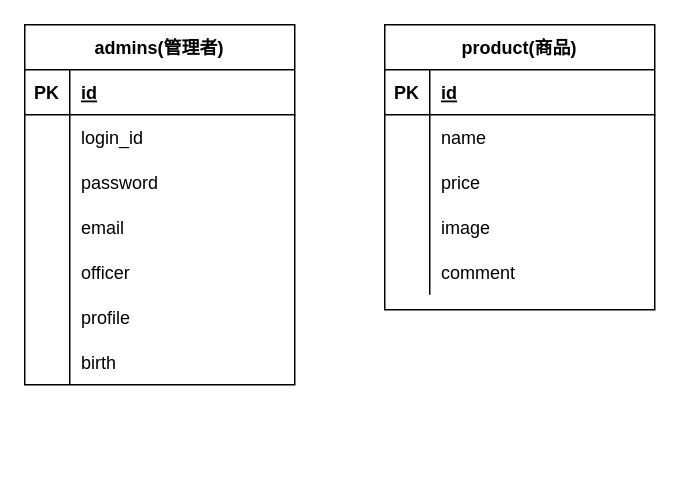
The draw.io diagram docs/db-er.drawio in YasukoPooh/DogService, before the edit. Source tidied: cells renumbered, new cells numbered last; positions are measured from the earlier drawing's top-left corner, leaving out a move shared by most shapes. Both pictures are drawn from the tidied source at 150%, with x=0, y=0 at pixel (24, 24).
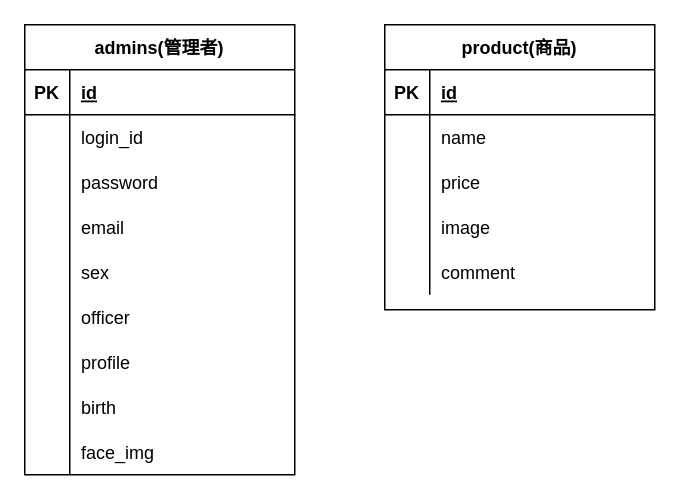
The same page after the edit.

The change refers to these unchanged cells:
```xml
<mxCell id="15" style="shape=partialRectangle;fillColor=none;top=0;left=0;bottom=0;right=0;" parent="2" vertex="1">
  <mxGeometry y="150" width="180" height="30" as="geometry" />
</mxCell>
<mxCell id="18" style="shape=partialRectangle;fillColor=none;top=0;left=0;bottom=0;right=0;" parent="2" vertex="1">
  <mxGeometry y="180" width="180" height="30" as="geometry" />
</mxCell>
<mxCell id="21" style="shape=partialRectangle;fillColor=none;top=0;left=0;bottom=0;right=0;" parent="2" vertex="1">
  <mxGeometry y="210" width="180" height="30" as="geometry" />
</mxCell>
```

Change to the diagram source:
```diff
@@
     <mxCell id="2" value="admins(管理者)" style="shape=table;startSize=30;childLayout=tableLayout;rowLines=0;fontStyle=1;align=center;" parent="1" vertex="1">
-      <mxGeometry width="180" height="240" as="geometry" />
+      <mxGeometry width="180" height="300" as="geometry" />
     </mxCell>
@@
-    <mxCell id="17" value="officer" style="shape=partialRectangle;fillColor=none;top=0;left=0;bottom=0;right=0;align=left;spacingLeft=6;overflow=hidden;" parent="15" vertex="1">
+    <mxCell id="17" value="sex " style="shape=partialRectangle;fillColor=none;top=0;left=0;bottom=0;right=0;align=left;spacingLeft=6;overflow=hidden;" parent="15" vertex="1">
       <mxGeometry x="30" width="150" height="30" as="geometry" />
     </mxCell>
@@
-    <mxCell id="20" value="profile" style="shape=partialRectangle;fillColor=none;top=0;left=0;bottom=0;right=0;align=left;spacingLeft=6;overflow=hidden;" parent="18" vertex="1">
+    <mxCell id="20" value="officer" style="shape=partialRectangle;fillColor=none;top=0;left=0;bottom=0;right=0;align=left;spacingLeft=6;overflow=hidden;" parent="18" vertex="1">
       <mxGeometry x="30" width="150" height="30" as="geometry" />
     </mxCell>
@@
-    <mxCell id="23" value="birth" style="shape=partialRectangle;fillColor=none;top=0;left=0;bottom=0;right=0;align=left;spacingLeft=6;overflow=hidden;" parent="21" vertex="1">
+    <mxCell id="23" value="profile" style="shape=partialRectangle;fillColor=none;top=0;left=0;bottom=0;right=0;align=left;spacingLeft=6;overflow=hidden;" parent="21" vertex="1">
       <mxGeometry x="30" width="150" height="30" as="geometry" />
     </mxCell>
+    <mxCell id="40" style="shape=partialRectangle;fillColor=none;top=0;left=0;bottom=0;right=0;" parent="2" vertex="1">
+      <mxGeometry y="240" width="180" height="30" as="geometry" />
+    </mxCell>
+    <mxCell id="41" style="shape=partialRectangle;fillColor=none;top=0;left=0;bottom=0;right=0;overflow=hidden;" parent="40" vertex="1">
+      <mxGeometry width="30" height="30" as="geometry" />
+    </mxCell>
+    <mxCell id="42" value="birth" style="shape=partialRectangle;fillColor=none;top=0;left=0;bottom=0;right=0;align=left;spacingLeft=6;overflow=hidden;" parent="40" vertex="1">
+      <mxGeometry x="30" width="150" height="30" as="geometry" />
+    </mxCell>
+    <mxCell id="43" style="shape=partialRectangle;fillColor=none;top=0;left=0;bottom=0;right=0;" parent="2" vertex="1">
+      <mxGeometry y="270" width="180" height="30" as="geometry" />
+    </mxCell>
+    <mxCell id="44" style="shape=partialRectangle;fillColor=none;top=0;left=0;bottom=0;right=0;overflow=hidden;" parent="43" vertex="1">
+      <mxGeometry width="30" height="30" as="geometry" />
+    </mxCell>
+    <mxCell id="45" value="face_img" style="shape=partialRectangle;fillColor=none;top=0;left=0;bottom=0;right=0;align=left;spacingLeft=6;overflow=hidden;" parent="43" vertex="1">
+      <mxGeometry x="30" width="150" height="30" as="geometry" />
+    </mxCell>
```
